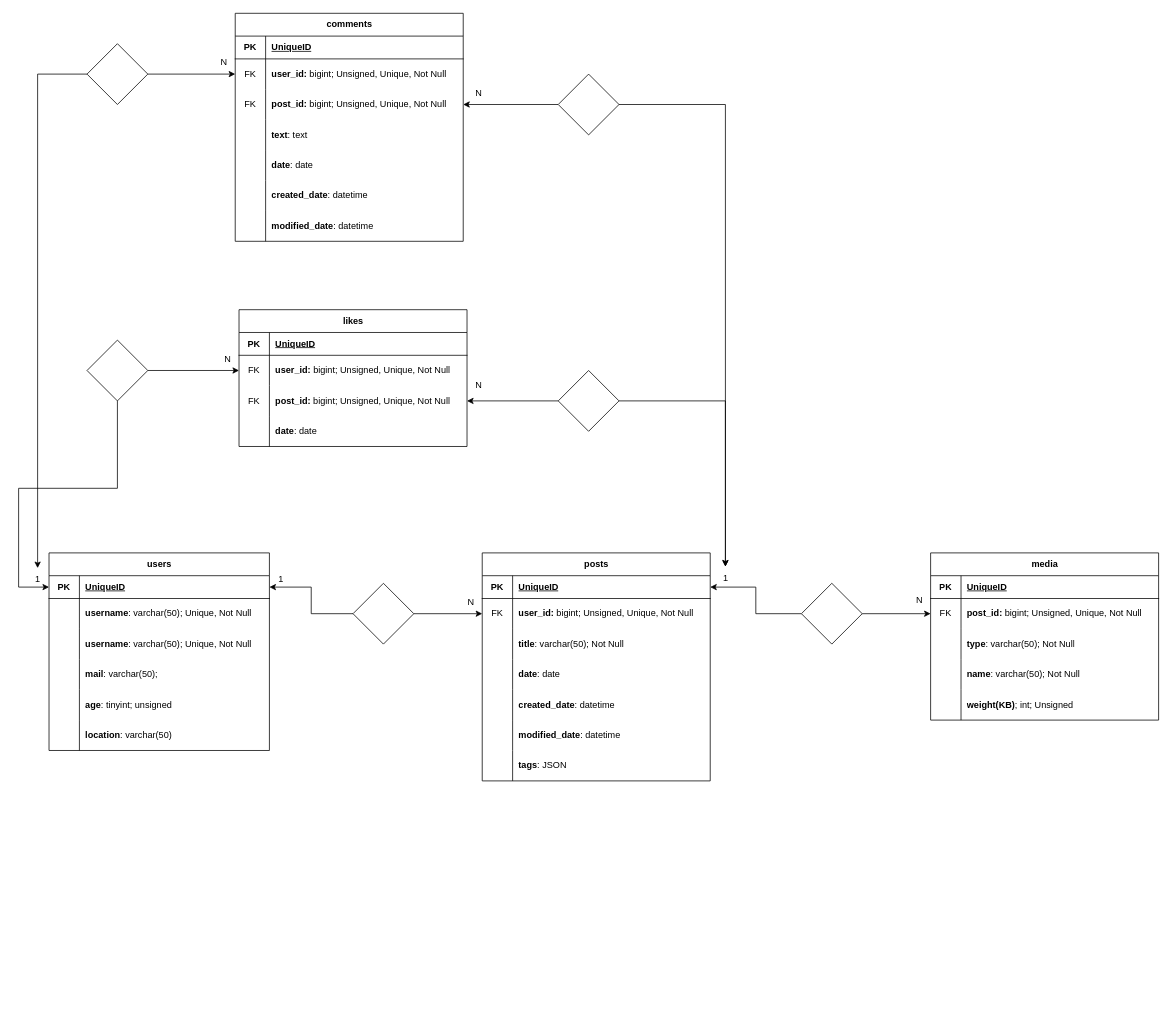
Earlier version of the draw.io diagram social-platform.drawio (giogiosgr/social-platform). Source tidied: cells renumbered, new cells numbered last; positions are measured from the earlier drawing's top-left corner, leaving out a move shared by most shapes. Both pictures are drawn from the tidied source at 76%, with x=0, y=0 at pixel (18, 13).
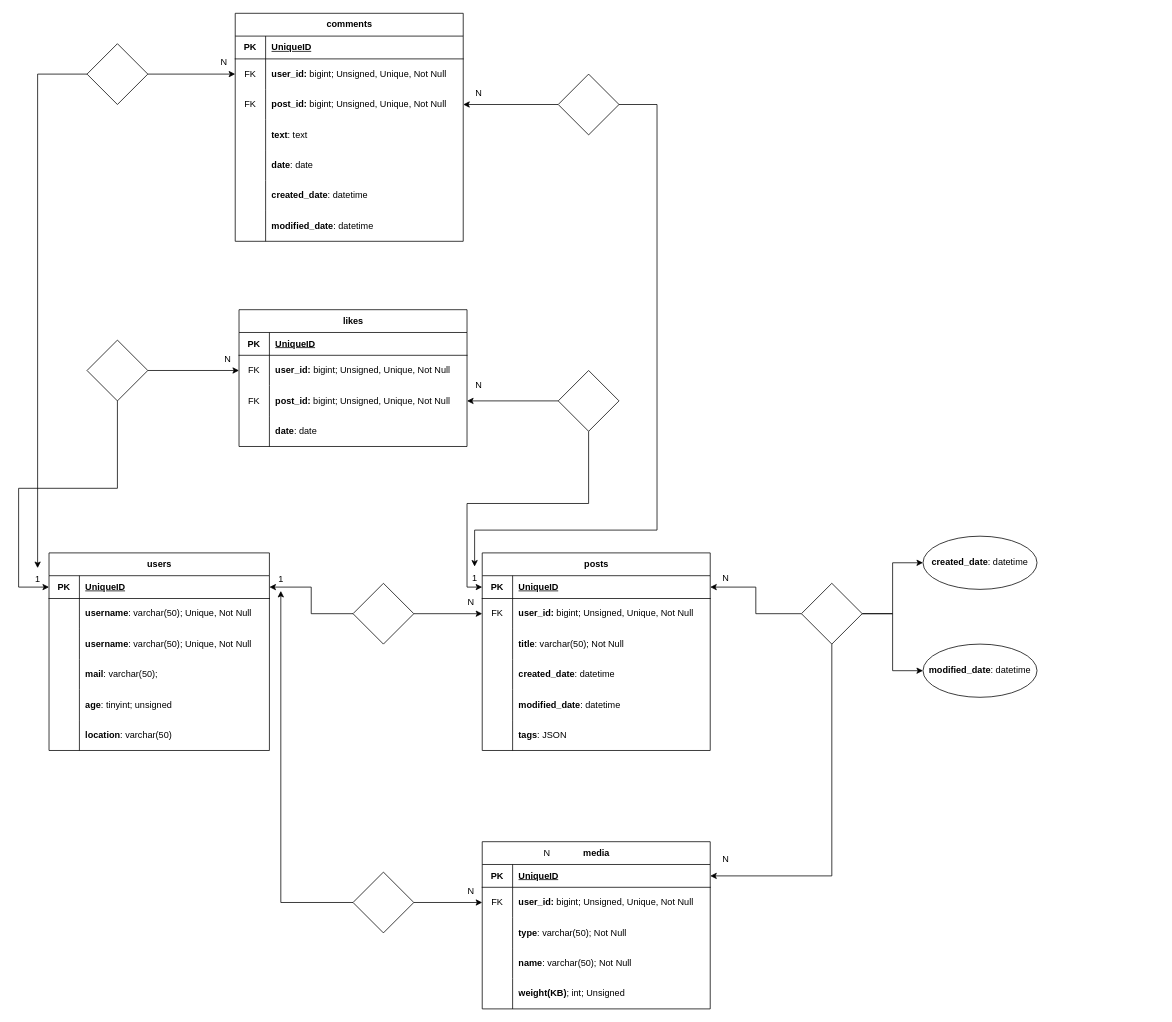
Above is the later version.

The change refers to these unchanged cells:
```xml
<mxCell id="22" style="shape=tableRow;horizontal=0;startSize=0;swimlaneHead=0;swimlaneBody=0;fillColor=none;points=[[0,0.5],[1,0.5]];portConstraint=eastwest;top=0;left=0;right=0;bottom=1;" parent="21" vertex="1">
  <mxGeometry y="30" width="300" height="30" as="geometry" />
</mxCell>
<mxCell id="46" value="1" style="text;html=1;align=center;verticalAlign=middle;points=[];strokeColor=none;fillColor=none;" parent="1" vertex="1">
  <mxGeometry x="330" y="730" width="30" height="30" as="geometry" />
</mxCell>
<mxCell id="49" style="shape=tableRow;horizontal=0;startSize=0;swimlaneHead=0;swimlaneBody=0;fillColor=none;points=[[0,0.5],[1,0.5]];portConstraint=eastwest;top=0;left=0;right=0;bottom=1;" parent="48" vertex="1">
  <mxGeometry y="30" width="300" height="30" as="geometry" />
</mxCell>
<mxCell id="52" style="shape=tableRow;horizontal=0;startSize=0;swimlaneHead=0;swimlaneBody=0;fillColor=none;points=[[0,0.5],[1,0.5]];portConstraint=eastwest;top=0;left=0;right=0;bottom=0;" parent="48" vertex="1">
  <mxGeometry y="60" width="300" height="40" as="geometry" />
</mxCell>
<mxCell id="66" style="rhombus;whiteSpace=wrap;html=1;" parent="1" vertex="1">
  <mxGeometry x="1030" y="750" width="80" height="80" as="geometry" />
</mxCell>
<mxCell id="88" style="rhombus;whiteSpace=wrap;html=1;" parent="1" vertex="1">
  <mxGeometry x="710" y="470" width="80" height="80" as="geometry" />
</mxCell>
<mxCell id="118" style="rhombus;whiteSpace=wrap;html=1;" parent="1" vertex="1">
  <mxGeometry x="710" y="80" width="80" height="80" as="geometry" />
</mxCell>
```

What changed in the source:
```diff
@@
     <mxCell id="21" value="posts" style="shape=table;startSize=30;childLayout=tableLayout;rowLines=0;fontStyle=1;align=center;html=1;" parent="1" vertex="1">
-      <mxGeometry x="610" y="710" width="300" height="300" as="geometry" />
+      <mxGeometry x="610" y="710" width="300" height="260" as="geometry" />
     </mxCell>
@@
-    <mxCell id="31" style="shape=tableRow;horizontal=0;startSize=0;swimlaneHead=0;swimlaneBody=0;fillColor=none;top=0;left=0;right=0;bottom=0;" parent="21" vertex="1">
-      <mxGeometry y="140" width="300" height="40" as="geometry" />
-    </mxCell>
-    <mxCell id="32" style="shape=partialRectangle;fillColor=none;top=0;left=0;bottom=0;right=0;overflow=hidden;whiteSpace=wrap;html=1;" parent="31" vertex="1">
-      <mxGeometry width="40" height="40" as="geometry" />
-    </mxCell>
-    <mxCell id="33" value="&lt;b&gt;date&lt;/b&gt;:&lt;b&gt;&amp;nbsp;&lt;/b&gt;date" style="shape=partialRectangle;fillColor=none;top=0;left=0;bottom=0;right=0;align=left;spacingLeft=6;overflow=hidden;whiteSpace=wrap;html=1;" parent="31" vertex="1">
-      <mxGeometry x="40" width="260" height="40" as="geometry" />
-    </mxCell>
     <mxCell id="34" style="shape=tableRow;horizontal=0;startSize=0;swimlaneHead=0;swimlaneBody=0;fillColor=none;top=0;left=0;right=0;bottom=0;" parent="21" vertex="1">
-      <mxGeometry y="180" width="300" height="40" as="geometry" />
+      <mxGeometry y="140" width="300" height="40" as="geometry" />
     </mxCell>
@@
     <mxCell id="37" style="shape=tableRow;horizontal=0;startSize=0;swimlaneHead=0;swimlaneBody=0;fillColor=none;top=0;left=0;right=0;bottom=0;" parent="21" vertex="1">
-      <mxGeometry y="220" width="300" height="40" as="geometry" />
+      <mxGeometry y="180" width="300" height="40" as="geometry" />
     </mxCell>
@@
     <mxCell id="40" style="shape=tableRow;horizontal=0;startSize=0;swimlaneHead=0;swimlaneBody=0;fillColor=none;top=0;left=0;right=0;bottom=0;" parent="21" vertex="1">
-      <mxGeometry y="260" width="300" height="40" as="geometry" />
+      <mxGeometry y="220" width="300" height="40" as="geometry" />
     </mxCell>
@@
     <mxCell id="48" value="media" style="shape=table;startSize=30;childLayout=tableLayout;rowLines=0;fontStyle=1;align=center;html=1;" parent="1" vertex="1">
-      <mxGeometry x="1200" y="710" width="300" height="220" as="geometry" />
+      <mxGeometry x="610" y="1090" width="300" height="220" as="geometry" />
     </mxCell>
@@
-    <mxCell id="54" value="&lt;b&gt;post_id: &lt;/b&gt;bigint; Unsigned, Unique, Not Null" style="shape=partialRectangle;fillColor=none;top=0;left=0;bottom=0;right=0;align=left;spacingLeft=6;overflow=hidden;whiteSpace=wrap;html=1;" parent="52" vertex="1">
+    <mxCell id="54" value="&lt;b&gt;user_id: &lt;/b&gt;bigint; Unsigned, Unique, Not Null" style="shape=partialRectangle;fillColor=none;top=0;left=0;bottom=0;right=0;align=left;spacingLeft=6;overflow=hidden;whiteSpace=wrap;html=1;" parent="52" vertex="1">
       <mxGeometry x="40" width="260" height="40" as="geometry" />
     </mxCell>
@@
-    <mxCell id="64" style="edgeStyle=orthogonalEdgeStyle;rounded=0;jettySize=auto;html=1;entryX=0;entryY=0.5;entryDx=0;entryDy=0;" parent="1" edge="1" source="66" target="52">
-      <mxGeometry relative="1" as="geometry" />
-    </mxCell>
@@
+    <mxCell id="121" style="edgeStyle=orthogonalEdgeStyle;rounded=0;jettySize=auto;html=1;entryX=1;entryY=0.5;entryDx=0;entryDy=0;" parent="1" edge="1" source="66" target="49">
+      <mxGeometry relative="1" as="geometry" />
+    </mxCell>
+    <mxCell id="122" style="edgeStyle=orthogonalEdgeStyle;rounded=0;jettySize=auto;html=1;entryX=0;entryY=0.5;entryDx=0;entryDy=0;" parent="1" edge="1" source="66" target="126">
+      <mxGeometry relative="1" as="geometry" />
+    </mxCell>
+    <mxCell id="123" style="edgeStyle=orthogonalEdgeStyle;rounded=0;jettySize=auto;html=1;entryX=0;entryY=0.5;entryDx=0;entryDy=0;" parent="1" edge="1" source="66" target="127">
+      <mxGeometry relative="1" as="geometry" />
+    </mxCell>
@@
-    <mxCell id="67" value="1" style="text;html=1;align=center;verticalAlign=middle;points=[];strokeColor=none;fillColor=none;" parent="1" vertex="1">
-      <mxGeometry x="915" y="728" width="30" height="30" as="geometry" />
-    </mxCell>
     <mxCell id="68" value="N" style="text;html=1;align=center;verticalAlign=middle;strokeColor=none;fillColor=none;" parent="1" vertex="1">
-      <mxGeometry x="1170" y="758" width="30" height="30" as="geometry" />
+      <mxGeometry x="680" y="1090" width="30" height="30" as="geometry" />
     </mxCell>
@@
-    <mxCell id="87" style="edgeStyle=orthogonalEdgeStyle;rounded=0;jettySize=auto;html=1;" parent="1" edge="1" source="88" target="67">
-      <mxGeometry relative="1" as="geometry" />
-    </mxCell>
+    <mxCell id="124" style="edgeStyle=orthogonalEdgeStyle;rounded=0;jettySize=auto;html=1;entryX=0;entryY=0.5;entryDx=0;entryDy=0;" parent="1" edge="1" source="88" target="22">
+      <mxGeometry relative="1" as="geometry" />
+    </mxCell>
@@
     <mxCell id="117" style="edgeStyle=orthogonalEdgeStyle;rounded=0;jettySize=auto;html=1;" parent="1" edge="1" source="118" target="67">
-      <mxGeometry relative="1" as="geometry" />
+      <mxGeometry relative="1" as="geometry">
+        <Array as="points">
+          <mxPoint x="840" y="120" />
+          <mxPoint x="840" y="680" />
+          <mxPoint x="600" y="680" />
+        </Array>
+      </mxGeometry>
     </mxCell>
@@
+    <mxCell id="125" value="N" style="text;html=1;align=center;verticalAlign=middle;strokeColor=none;fillColor=none;" parent="1" vertex="1">
+      <mxGeometry x="915" y="728" width="30" height="30" as="geometry" />
+    </mxCell>
+    <mxCell id="67" value="1" style="text;html=1;align=center;verticalAlign=middle;points=[];strokeColor=none;fillColor=none;" parent="1" vertex="1">
+      <mxGeometry x="585" y="728" width="30" height="30" as="geometry" />
+    </mxCell>
+    <mxCell id="126" value="&lt;b&gt;created_date&lt;/b&gt;: datetime" style="ellipse;whiteSpace=wrap;html=1;align=center;" parent="1" vertex="1">
+      <mxGeometry x="1190" y="688" width="150" height="70" as="geometry" />
+    </mxCell>
+    <mxCell id="127" value="&lt;b&gt;modified_date&lt;/b&gt;: datetime" style="ellipse;whiteSpace=wrap;html=1;align=center;" parent="1" vertex="1">
+      <mxGeometry x="1190" y="830" width="150" height="70" as="geometry" />
+    </mxCell>
+    <mxCell id="128" value="N" style="text;html=1;align=center;verticalAlign=middle;strokeColor=none;fillColor=none;" parent="1" vertex="1">
+      <mxGeometry x="915" y="1098" width="30" height="30" as="geometry" />
+    </mxCell>
+    <mxCell id="129" style="edgeStyle=orthogonalEdgeStyle;rounded=0;jettySize=auto;html=1;entryX=0;entryY=0.5;entryDx=0;entryDy=0;" parent="1" edge="1" source="131" target="52">
+      <mxGeometry relative="1" as="geometry" />
+    </mxCell>
+    <mxCell id="130" style="edgeStyle=orthogonalEdgeStyle;rounded=0;jettySize=auto;html=1;" parent="1" edge="1" source="131" target="46">
+      <mxGeometry relative="1" as="geometry" />
+    </mxCell>
+    <mxCell id="131" style="rhombus;whiteSpace=wrap;html=1;" parent="1" vertex="1">
+      <mxGeometry x="440" y="1130" width="80" height="80" as="geometry" />
+    </mxCell>
+    <mxCell id="132" value="N" style="text;html=1;align=center;verticalAlign=middle;strokeColor=none;fillColor=none;" parent="1" vertex="1">
+      <mxGeometry x="580" y="1140" width="30" height="30" as="geometry" />
+    </mxCell>
```
